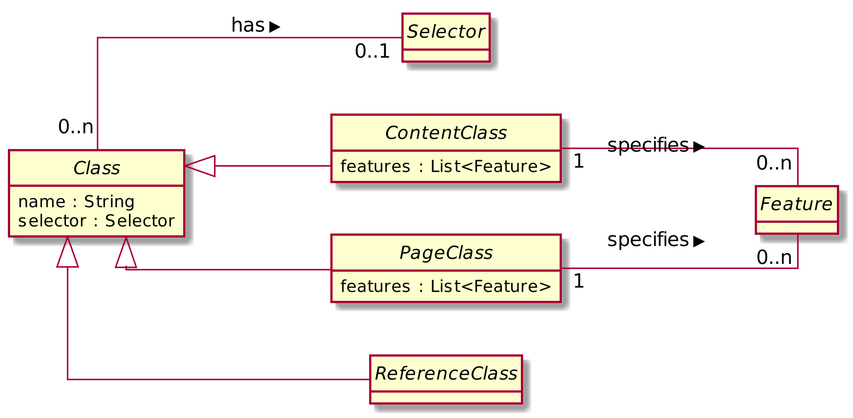
Before: src/main/resources/concept/classes.png, a diagram exported from PlantUML (TheGreyKoala/master-thesis).
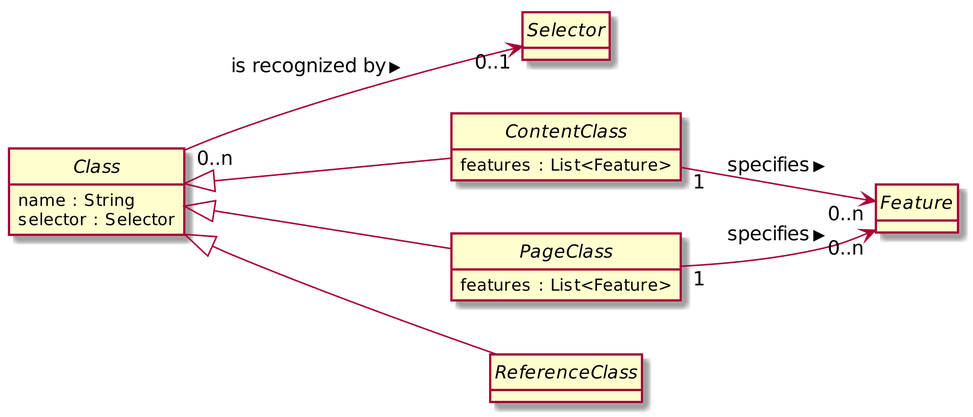
After the commit.

Commit message:
Formulate classes, features, selectors

The edit, as a diff of the source:
```diff
@@ -7,7 +7,6 @@
 hide circle
 hide empty methods
 left to right direction
-skinparam linetype ortho
 scale 3.25
 
 abstract class Class {
@@ -30,7 +29,7 @@
 Class <|-- ContentClass
 Class <|-- PageClass
 Class <|-- ReferenceClass
-Class "0..n" -- "0..1" Selector : > has
-ContentClass "1" -- "0..n" Feature : > specifies
-PageClass "1" -- "0..n" Feature : > specifies
+Class "0..n" --> "0..1" Selector : > is recognized by
+ContentClass "1" --> "0..n" Feature : > specifies
+PageClass "1" --> "0..n" Feature : > specifies
 @enduml
```
